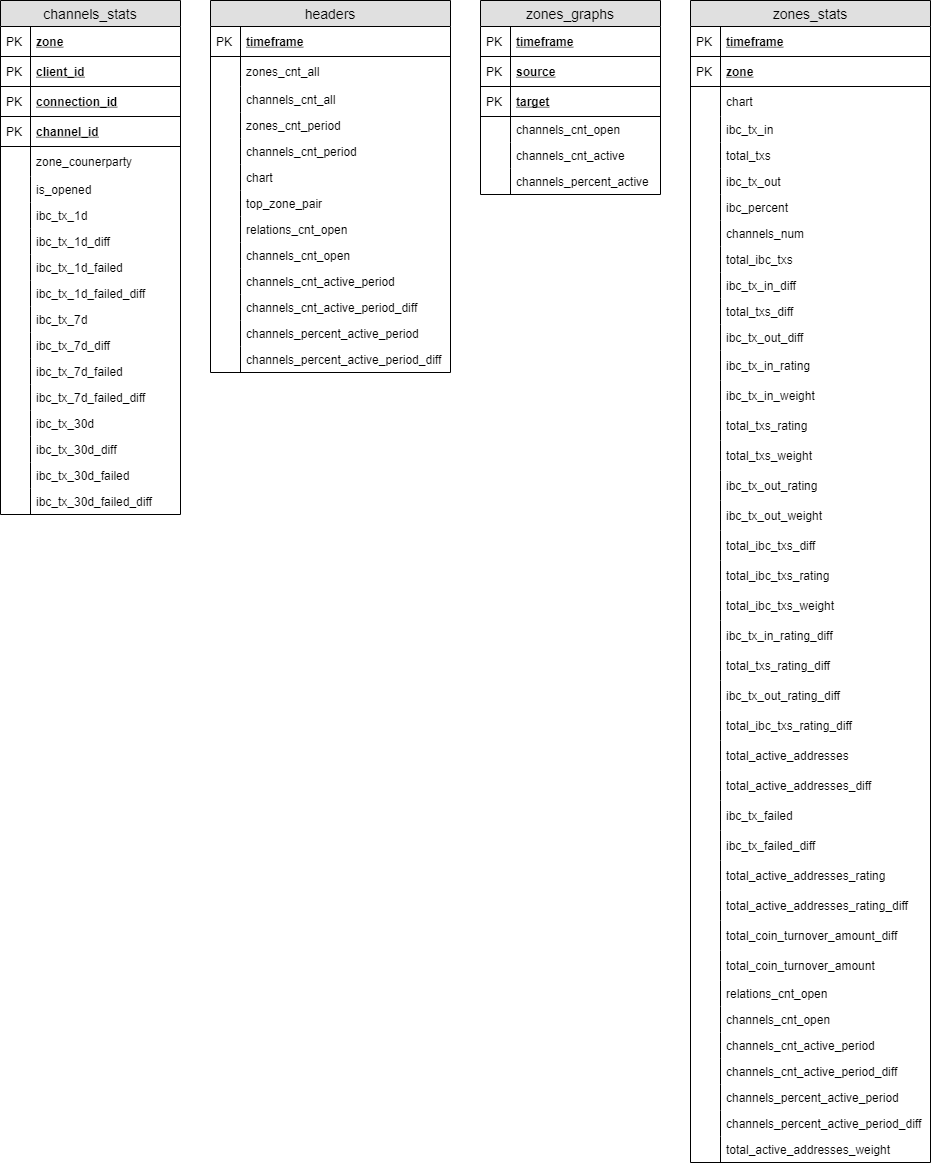
mapofzones/docs keeps this draw.io diagram as docs/img/map-of-zones-DB flat.png. Above is the earlier version. Source tidied: cells renumbered, new cells last; positions are measured from the earlier drawing's top-left corner, leaving out a move shared by most shapes.
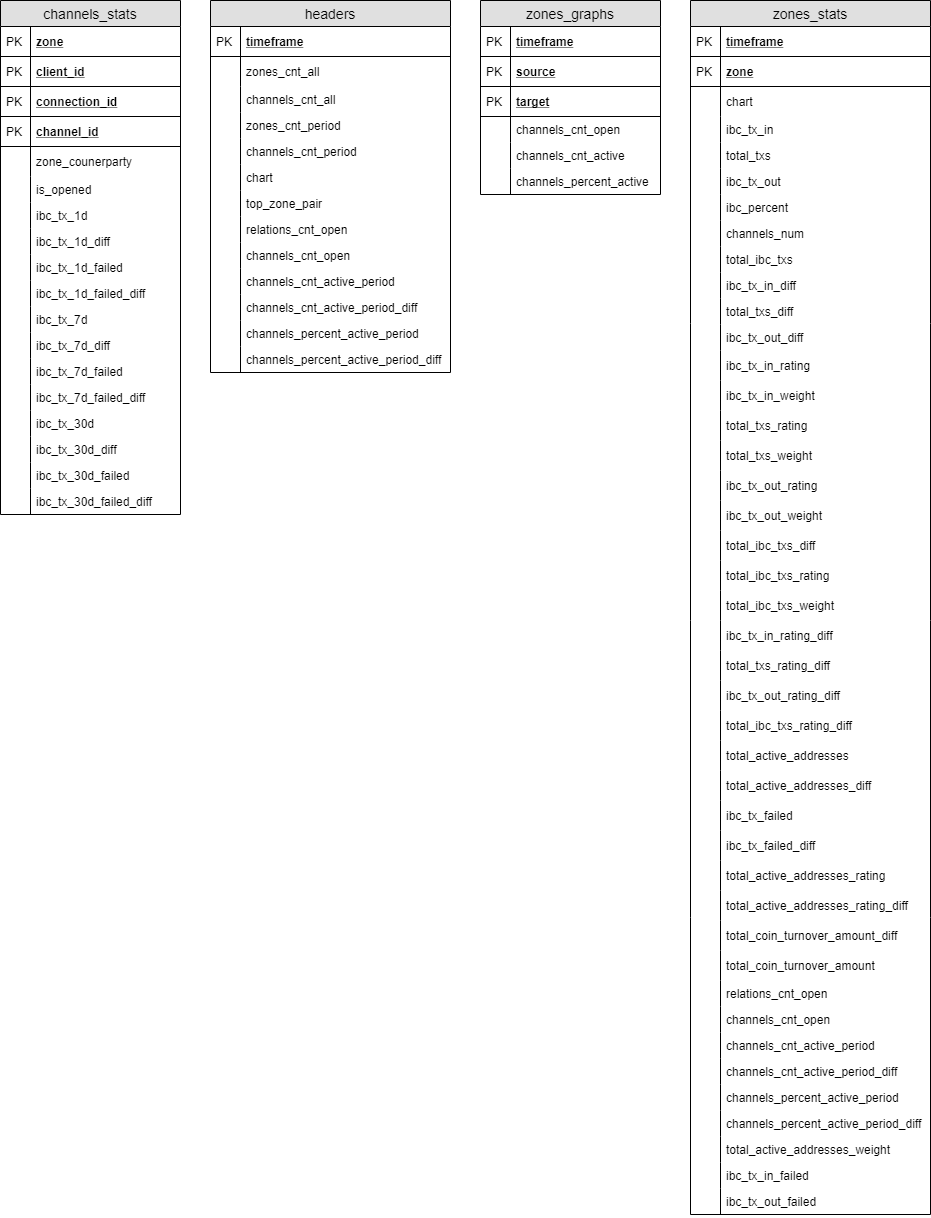
Above is the later version.

Commit message:
DB flat table update

What changed in the source:
```diff
@@ -123,7 +123,7 @@
       <mxGeometry width="30" height="26" as="geometry" />
     </mxCell>
     <mxCell id="42" value="zones_stats" style="swimlane;fontStyle=0;horizontal=1;startSize=26;fillColor=#e0e0e0;swimlaneFillColor=#ffffff;align=center;fontSize=14;" parent="1" vertex="1">
-      <mxGeometry x="690" width="240" height="1162" as="geometry" />
+      <mxGeometry x="690" width="240" height="1214" as="geometry" />
     </mxCell>
     <mxCell id="43" value="timeframe" style="shape=partialRectangle;top=0;left=0;right=0;bottom=1;align=left;verticalAlign=middle;fillColor=none;spacingLeft=34;spacingRight=4;overflow=hidden;fontStyle=5;fontSize=12;" parent="42" vertex="1">
       <mxGeometry y="26" width="240" height="30" as="geometry" />
@@ -365,6 +365,18 @@
     <mxCell id="122" style="shape=partialRectangle;top=0;left=0;bottom=0;fillColor=none;align=left;verticalAlign=top;spacingLeft=4;spacingRight=4;overflow=hidden;fontSize=12;" parent="121" vertex="1">
       <mxGeometry width="30" height="26" as="geometry" />
     </mxCell>
+    <mxCell id="160" value="ibc_tx_in_failed" style="shape=partialRectangle;top=0;left=0;right=0;bottom=0;align=left;verticalAlign=top;fillColor=none;spacingLeft=34;spacingRight=4;overflow=hidden;fontSize=12;" parent="42" vertex="1">
+      <mxGeometry y="1162" width="240" height="26" as="geometry" />
+    </mxCell>
+    <mxCell id="161" style="shape=partialRectangle;top=0;left=0;bottom=0;fillColor=none;align=left;verticalAlign=top;spacingLeft=4;spacingRight=4;overflow=hidden;fontSize=12;" parent="160" vertex="1">
+      <mxGeometry width="30" height="26" as="geometry" />
+    </mxCell>
+    <mxCell id="162" value="ibc_tx_out_failed" style="shape=partialRectangle;top=0;left=0;right=0;bottom=0;align=left;verticalAlign=top;fillColor=none;spacingLeft=34;spacingRight=4;overflow=hidden;fontSize=12;" parent="42" vertex="1">
+      <mxGeometry y="1188" width="240" height="26" as="geometry" />
+    </mxCell>
+    <mxCell id="163" style="shape=partialRectangle;top=0;left=0;bottom=0;fillColor=none;align=left;verticalAlign=top;spacingLeft=4;spacingRight=4;overflow=hidden;fontSize=12;" parent="162" vertex="1">
+      <mxGeometry width="30" height="26" as="geometry" />
+    </mxCell>
     <mxCell id="123" value="channels_stats" style="swimlane;fontStyle=0;horizontal=1;startSize=26;fillColor=#e0e0e0;swimlaneFillColor=#ffffff;align=center;fontSize=14;" parent="1" vertex="1">
       <mxGeometry width="180" height="514" as="geometry" />
     </mxCell>
```
